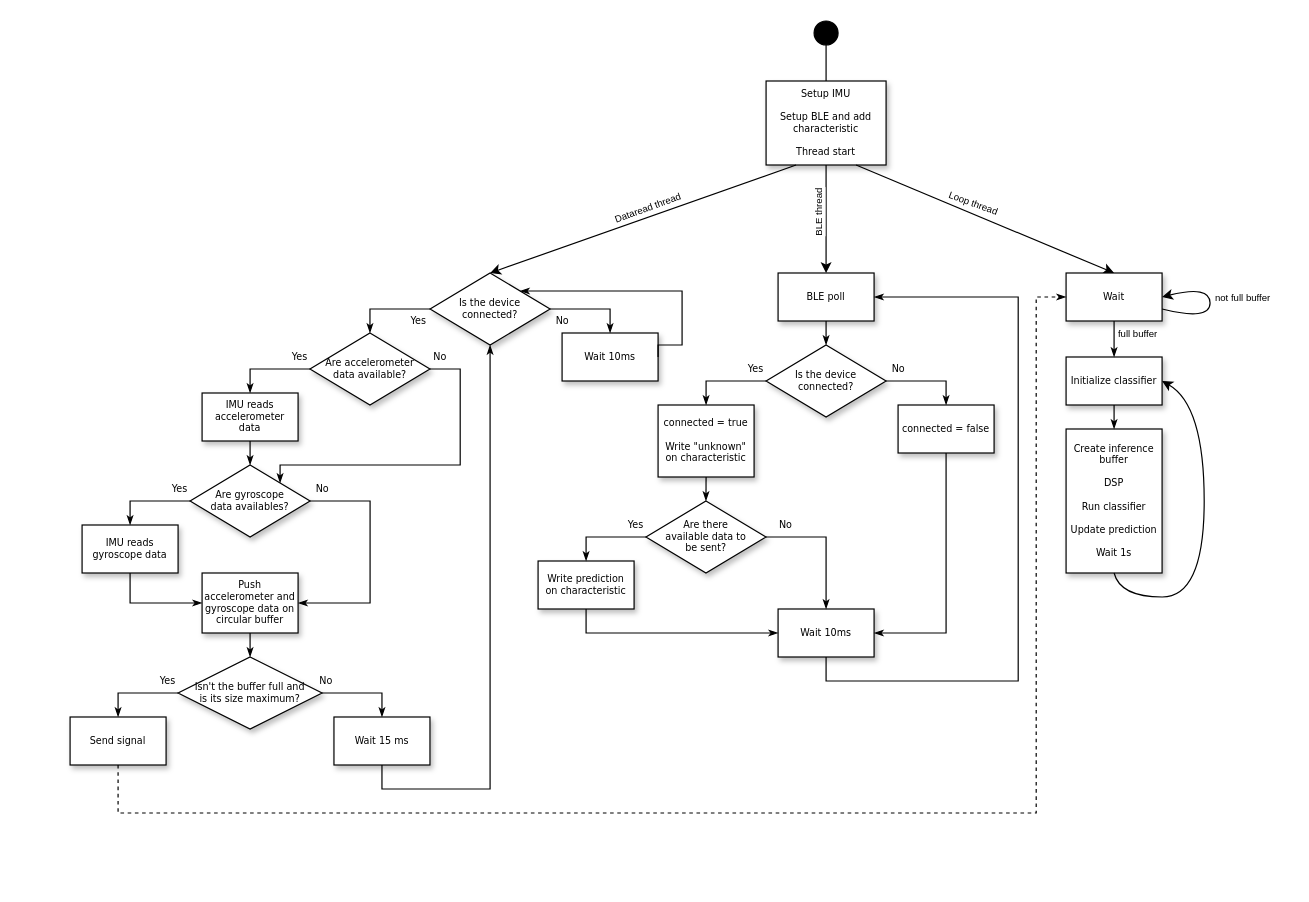
The draw.io diagram doc/OtherFiles/SM_classification.drawio in DavideSalvetti/arduino_activity_classification, before the edit. Source tidied: cells renumbered, new cells numbered last; positions are measured from the earlier drawing's top-left corner, leaving out a move shared by most shapes. Both pictures are drawn from the tidied source at 120%, with x=0, y=0 at pixel (70, 20).
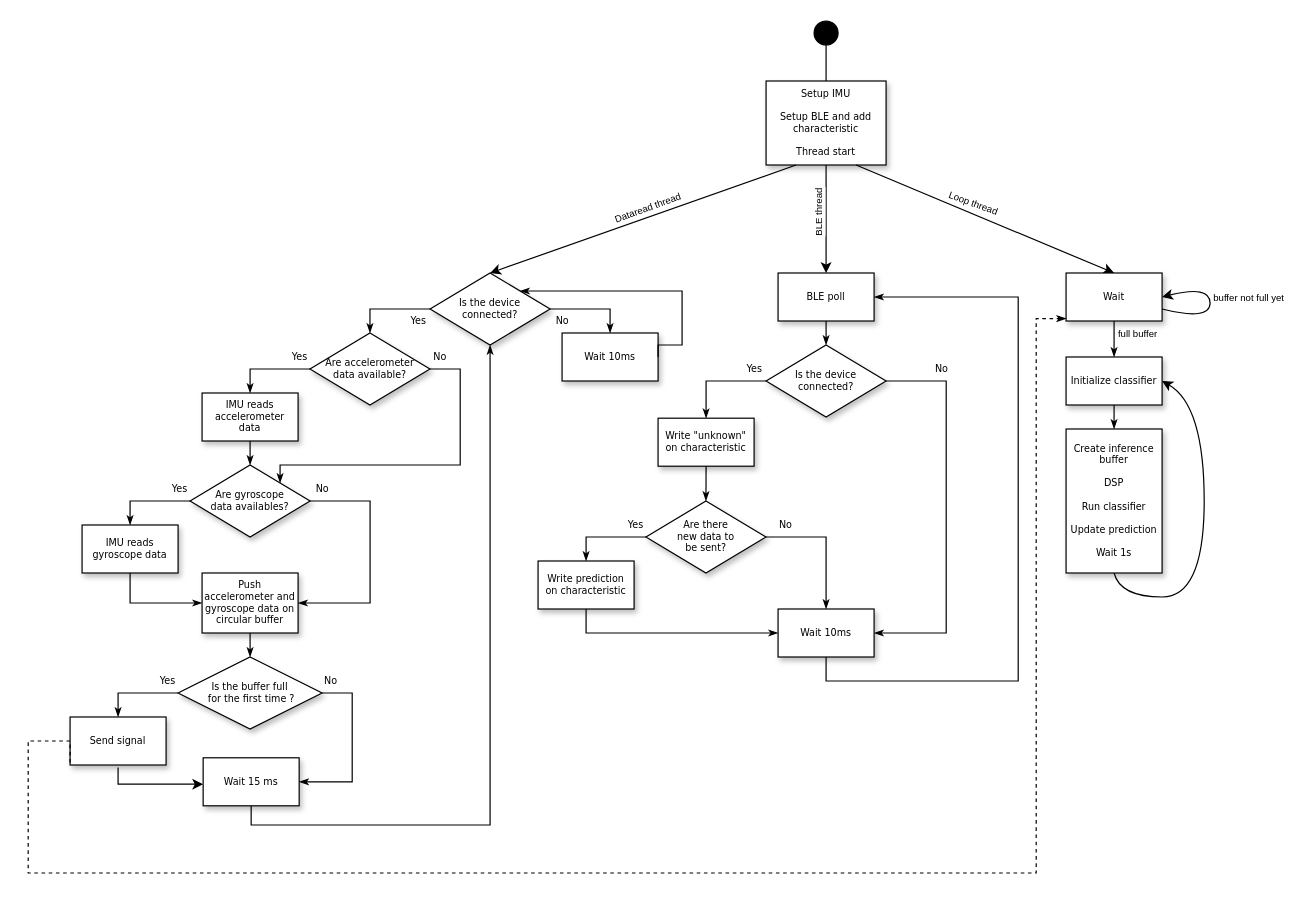
The same page after the edit.

The change refers to these unchanged cells:
```xml
<mxCell id="14" value="Is the device connected?" style="rhombus;whiteSpace=wrap;html=1;rounded=0;shadow=1;labelBackgroundColor=none;strokeWidth=1;fontFamily=Verdana;fontSize=8;align=center;" parent="1" vertex="1">
  <mxGeometry x="579.9" y="270" width="100" height="60" as="geometry" />
</mxCell>
<mxCell id="18" value="Wait 10ms" style="rounded=0;whiteSpace=wrap;html=1;shadow=1;labelBackgroundColor=none;strokeWidth=1;fontFamily=Verdana;fontSize=8;align=center;" parent="1" vertex="1">
  <mxGeometry x="589.9" y="490" width="80" height="40" as="geometry" />
</mxCell>
<mxCell id="29" value="Is the device connected?" style="rhombus;whiteSpace=wrap;html=1;rounded=0;shadow=1;labelBackgroundColor=none;strokeWidth=1;fontFamily=Verdana;fontSize=8;align=center;" parent="1" vertex="1">
  <mxGeometry x="299.9" y="210" width="100" height="60" as="geometry" />
</mxCell>
<mxCell id="48" value="Wait" style="rounded=0;whiteSpace=wrap;html=1;shadow=1;labelBackgroundColor=none;strokeWidth=1;fontFamily=Verdana;fontSize=8;align=center;" parent="1" vertex="1">
  <mxGeometry x="829.9" y="210" width="80" height="40" as="geometry" />
</mxCell>
<mxCell id="56" value="Send signal" style="rounded=0;whiteSpace=wrap;html=1;shadow=1;labelBackgroundColor=none;strokeWidth=1;fontFamily=Verdana;fontSize=8;align=center;" parent="1" vertex="1">
  <mxGeometry x="-0.1" y="580" width="80" height="40" as="geometry" />
</mxCell>
```

Diff of the diagram source:
```diff
@@
-    <mxCell id="13" value="No" style="edgeStyle=orthogonalEdgeStyle;rounded=0;html=1;labelBackgroundColor=none;startSize=5;endArrow=classicThin;endFill=1;endSize=5;jettySize=auto;strokeWidth=1;fontFamily=Verdana;fontSize=8;exitX=1;exitY=0.5;exitDx=0;exitDy=0;entryX=0.5;entryY=0;entryDx=0;entryDy=0;" parent="1" edge="1" source="14" target="17">
+    <mxCell id="13" value="No" style="edgeStyle=orthogonalEdgeStyle;rounded=0;html=1;labelBackgroundColor=none;startSize=5;endArrow=classicThin;endFill=1;endSize=5;jettySize=auto;strokeWidth=1;fontFamily=Verdana;fontSize=8;exitX=1;exitY=0.5;exitDx=0;exitDy=0;entryX=1;entryY=0.5;entryDx=0;entryDy=0;" parent="1" edge="1" source="14" target="18">
       <mxGeometry x="-0.71" y="10" relative="1" as="geometry">
         <Array as="points">
-          <mxPoint x="729.9" y="300" />
+          <mxPoint x="730" y="300" />
+          <mxPoint x="730" y="510" />
         </Array>
       </mxGeometry>
     </mxCell>
@@
-    <mxCell id="16" value="connected = true&lt;br&gt;&lt;br&gt;Write &quot;unknown&quot; on characteristic" style="rounded=0;whiteSpace=wrap;html=1;shadow=1;labelBackgroundColor=none;strokeWidth=1;fontFamily=Verdana;fontSize=8;align=center;" parent="1" vertex="1">
-      <mxGeometry x="489.9" y="320" width="80" height="60" as="geometry" />
+    <mxCell id="16" value="Write &quot;unknown&quot; on characteristic" style="rounded=0;whiteSpace=wrap;html=1;shadow=1;labelBackgroundColor=none;strokeWidth=1;fontFamily=Verdana;fontSize=8;align=center;" parent="1" vertex="1">
+      <mxGeometry x="489.9" y="331" width="80" height="40" as="geometry" />
     </mxCell>
-    <mxCell id="17" value="connected = false" style="rounded=0;whiteSpace=wrap;html=1;shadow=1;labelBackgroundColor=none;strokeWidth=1;fontFamily=Verdana;fontSize=8;align=center;" parent="1" vertex="1">
-      <mxGeometry x="689.9" y="320" width="80" height="40" as="geometry" />
-    </mxCell>
@@
-    <mxCell id="22" value="Are there&lt;br&gt;available data to&lt;br&gt;be sent?" style="rhombus;whiteSpace=wrap;html=1;rounded=0;shadow=1;labelBackgroundColor=none;strokeWidth=1;fontFamily=Verdana;fontSize=8;align=center;" parent="1" vertex="1">
+    <mxCell id="22" value="Are there&lt;br&gt;new data to&lt;br&gt;be sent?" style="rhombus;whiteSpace=wrap;html=1;rounded=0;shadow=1;labelBackgroundColor=none;strokeWidth=1;fontFamily=Verdana;fontSize=8;align=center;" parent="1" vertex="1">
       <mxGeometry x="479.8" y="400" width="100" height="60" as="geometry" />
     </mxCell>
@@
-    <mxCell id="25" style="edgeStyle=orthogonalEdgeStyle;rounded=0;html=1;labelBackgroundColor=none;startSize=5;endArrow=classicThin;endFill=1;endSize=5;jettySize=auto;strokeWidth=1;fontFamily=Verdana;fontSize=8;entryX=1;entryY=0.5;entryDx=0;entryDy=0;exitX=0.5;exitY=1;exitDx=0;exitDy=0;" parent="1" edge="1" source="17" target="18">
-      <mxGeometry relative="1" as="geometry" />
-    </mxCell>
@@
-    <mxCell id="43" value="No" style="edgeStyle=orthogonalEdgeStyle;rounded=0;html=1;labelBackgroundColor=none;startSize=5;endArrow=classicThin;endFill=1;endSize=5;jettySize=auto;strokeWidth=1;fontFamily=Verdana;fontSize=8;exitX=1;exitY=0.5;exitDx=0;exitDy=0;entryX=0.5;entryY=0;entryDx=0;entryDy=0;" parent="1" edge="1" source="44" target="57">
-      <mxGeometry x="-0.9" y="10" relative="1" as="geometry">
-        <Array as="points">
-          <mxPoint x="260" y="560" />
-        </Array>
-      </mxGeometry>
-    </mxCell>
-    <mxCell id="44" value="Isn't the buffer full&amp;nbsp;and&lt;br&gt;is its size maximum?" style="rhombus;whiteSpace=wrap;html=1;rounded=0;shadow=1;labelBackgroundColor=none;strokeWidth=1;fontFamily=Verdana;fontSize=8;align=center;fillColor=#FFFFFF;" parent="1" vertex="1">
+    <mxCell id="44" value="Is the buffer full&lt;br&gt;&amp;nbsp;for the first time ?" style="rhombus;whiteSpace=wrap;html=1;rounded=0;shadow=1;labelBackgroundColor=none;strokeWidth=1;fontFamily=Verdana;fontSize=8;align=center;fillColor=#FFFFFF;" parent="1" vertex="1">
       <mxGeometry x="89.9" y="530" width="120" height="60" as="geometry" />
     </mxCell>
@@
     <mxCell id="46" style="edgeStyle=orthogonalEdgeStyle;rounded=0;html=1;labelBackgroundColor=none;startSize=5;endArrow=classicThin;endFill=1;endSize=5;jettySize=auto;strokeWidth=1;fontFamily=Verdana;fontSize=8;entryX=0.5;entryY=1;entryDx=0;entryDy=0;exitX=0.5;exitY=1;exitDx=0;exitDy=0;" parent="1" edge="1" source="57" target="29">
       <mxGeometry relative="1" as="geometry">
         <Array as="points">
-          <mxPoint x="260" y="640" />
-          <mxPoint x="350" y="640" />
+          <mxPoint x="151" y="670" />
+          <mxPoint x="350" y="670" />
         </Array>
       </mxGeometry>
     </mxCell>
@@
-    <mxCell id="51" value="&lt;span style=&quot;font-size: 8px;&quot;&gt;not full buffer&lt;/span&gt;" style="text;html=1;strokeColor=none;fillColor=none;align=center;verticalAlign=middle;whiteSpace=wrap;rounded=0;" parent="1" vertex="1">
-      <mxGeometry x="949.9" y="220" width="55.1" height="20" as="geometry" />
+    <mxCell id="51" value="&lt;span style=&quot;font-size: 8px;&quot;&gt;buffer not full yet&lt;/span&gt;" style="text;html=1;strokeColor=none;fillColor=none;align=center;verticalAlign=middle;whiteSpace=wrap;rounded=0;" parent="1" vertex="1">
+      <mxGeometry x="949.9" y="220" width="65.1" height="20" as="geometry" />
     </mxCell>
@@
+    <mxCell id="59" style="edgeStyle=orthogonalEdgeStyle;rounded=0;orthogonalLoop=1;jettySize=auto;html=1;entryX=0;entryY=0.5;entryDx=0;entryDy=0;exitX=0.5;exitY=1;exitDx=0;exitDy=0;" parent="1" edge="1">
+      <mxGeometry relative="1" as="geometry">
+        <mxPoint x="39.9" y="622" as="sourcePoint" />
+        <mxPoint x="110.8" y="636" as="targetPoint" />
+        <Array as="points">
+          <mxPoint x="40" y="636" />
+        </Array>
+      </mxGeometry>
+    </mxCell>
@@
     <mxCell id="57" value="Wait 15 ms" style="rounded=0;whiteSpace=wrap;html=1;shadow=1;labelBackgroundColor=none;strokeWidth=1;fontFamily=Verdana;fontSize=8;align=center;" parent="1" vertex="1">
-      <mxGeometry x="219.8" y="580" width="80" height="40" as="geometry" />
+      <mxGeometry x="110.8" y="614" width="80" height="40" as="geometry" />
     </mxCell>
-    <mxCell id="58" style="edgeStyle=orthogonalEdgeStyle;rounded=0;html=1;labelBackgroundColor=none;startSize=5;endArrow=classicThin;endFill=1;endSize=5;jettySize=auto;strokeWidth=1;fontFamily=Verdana;fontSize=8;exitX=0.5;exitY=1;exitDx=0;exitDy=0;entryX=0;entryY=0.5;entryDx=0;entryDy=0;dashed=1;" parent="1" edge="1" source="56" target="48">
+    <mxCell id="58" style="edgeStyle=orthogonalEdgeStyle;rounded=0;html=1;labelBackgroundColor=none;startSize=5;endArrow=classicThin;endFill=1;endSize=5;jettySize=auto;orthogonalLoop=1;strokeWidth=1;fontFamily=Verdana;fontSize=8;exitX=0;exitY=0.5;exitDx=0;exitDy=0;entryX=0;entryY=0.5;entryDx=0;entryDy=0;dashed=1;" parent="1" edge="1">
       <mxGeometry x="-0.9" y="10" relative="1" as="geometry">
+        <mxPoint x="-0.1" y="618" as="sourcePoint" />
+        <mxPoint x="829.9" y="248" as="targetPoint" />
         <Array as="points">
-          <mxPoint x="40" y="660" />
-          <mxPoint x="805" y="660" />
-          <mxPoint x="805" y="230" />
+          <mxPoint y="600" />
+          <mxPoint x="-35" y="600" />
+          <mxPoint x="-35" y="710" />
+          <mxPoint x="805" y="710" />
+          <mxPoint x="805" y="248" />
         </Array>
       </mxGeometry>
     </mxCell>
+    <mxCell id="43" value="No" style="edgeStyle=orthogonalEdgeStyle;rounded=0;html=1;labelBackgroundColor=none;startSize=5;endArrow=classicThin;endFill=1;endSize=5;jettySize=auto;strokeWidth=1;fontFamily=Verdana;fontSize=8;exitX=1;exitY=0.5;exitDx=0;exitDy=0;entryX=1;entryY=0.5;entryDx=0;entryDy=0;" parent="1" edge="1" source="44" target="57">
+      <mxGeometry x="-0.9" y="10" relative="1" as="geometry">
+        <Array as="points">
+          <mxPoint x="235" y="560" />
+          <mxPoint x="235" y="634" />
+        </Array>
+      </mxGeometry>
+    </mxCell>
```
